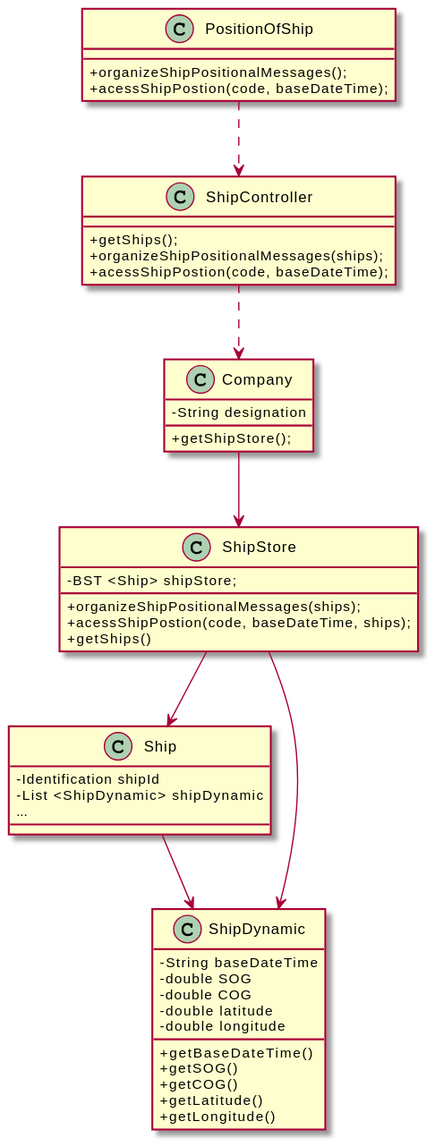
The PlantUML diagram docs/US103/US103_CD.svg in RuiRioPina/CargoMaster, before a commit. Its diagram source:
```plantuml
@startuml
skinparam classAttributeIconSize 0

class PositionOfShip {
  +organizeShipPositionalMessages();
  +acessShipPostion(code, baseDateTime);
}
class Company {
  -String designation
  +getShipStore();
}

class ShipController {
+getShips();
+organizeShipPositionalMessages(ships);
+acessShipPostion(code, baseDateTime);
}

class ShipStore {
-BST <Ship> shipStore;
+organizeShipPositionalMessages(ships);
+acessShipPostion(code, baseDateTime, ships);
+getShips()
}

class Ship {
-Identification shipId
-List <ShipDynamic> shipDynamic
...
}

class ShipDynamic {
-String baseDateTime
-double SOG
-double COG
-double latitude
-double longitude
+getBaseDateTime()
+getSOG()
+getCOG()
+getLatitude()
+getLongitude()
}
PositionOfShip ..> ShipController
ShipController ..> Company
Company --> ShipStore
ShipStore --> Ship
Ship --> ShipDynamic
ShipStore --> ShipDynamic
@enduml
```
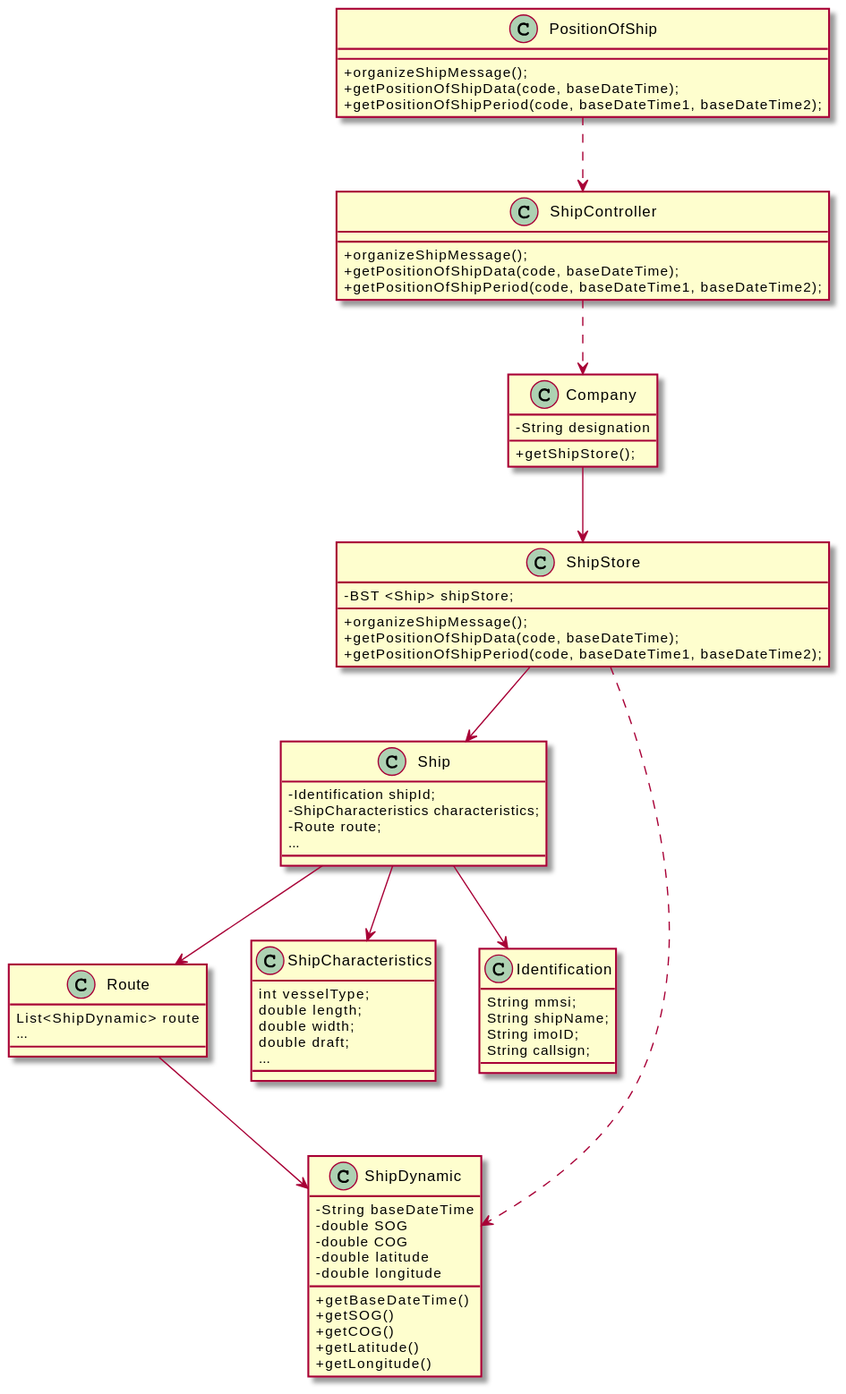
After the change.

What changed in the source:
```diff
@@ -2,8 +2,9 @@
 skinparam classAttributeIconSize 0
 
 class PositionOfShip {
-  +organizeShipPositionalMessages();
-  +acessShipPostion(code, baseDateTime);
+  +organizeShipMessage();
++getPositionOfShipData(code, baseDateTime);
++getPositionOfShipPeriod(code, baseDateTime1, baseDateTime2);
 }
 class Company {
   -String designation
@@ -11,24 +12,44 @@
 }
 
 class ShipController {
-+getShips();
-+organizeShipPositionalMessages(ships);
-+acessShipPostion(code, baseDateTime);
++organizeShipMessage();
++getPositionOfShipData(code, baseDateTime);
++getPositionOfShipPeriod(code, baseDateTime1, baseDateTime2);
 }
 
 class ShipStore {
 -BST <Ship> shipStore;
-+organizeShipPositionalMessages(ships);
-+acessShipPostion(code, baseDateTime, ships);
-+getShips()
++organizeShipMessage();
++getPositionOfShipData(code, baseDateTime);
++getPositionOfShipPeriod(code, baseDateTime1, baseDateTime2);
+
 }
 
 class Ship {
--Identification shipId
--List <ShipDynamic> shipDynamic
+-Identification shipId;
+-ShipCharacteristics characteristics;
+-Route route;
 ...
 }
 
+class Route {
+List<ShipDynamic> route
+...
+}
+
+class ShipCharacteristics {
+int vesselType;
+double length;
+double width;
+double draft;
+...
+}
+class Identification {
+String mmsi;
+String shipName;
+String imoID;
+String callsign;
+}
 class ShipDynamic {
 -String baseDateTime
 -double SOG
@@ -45,6 +66,10 @@
 ShipController ..> Company
 Company --> ShipStore
 ShipStore --> Ship
-Ship --> ShipDynamic
-ShipStore --> ShipDynamic
+Ship --> Route
+Route --> ShipDynamic
+Ship -->ShipCharacteristics
+Ship --> Identification
+
+ShipStore ..> ShipDynamic
 @enduml
```
